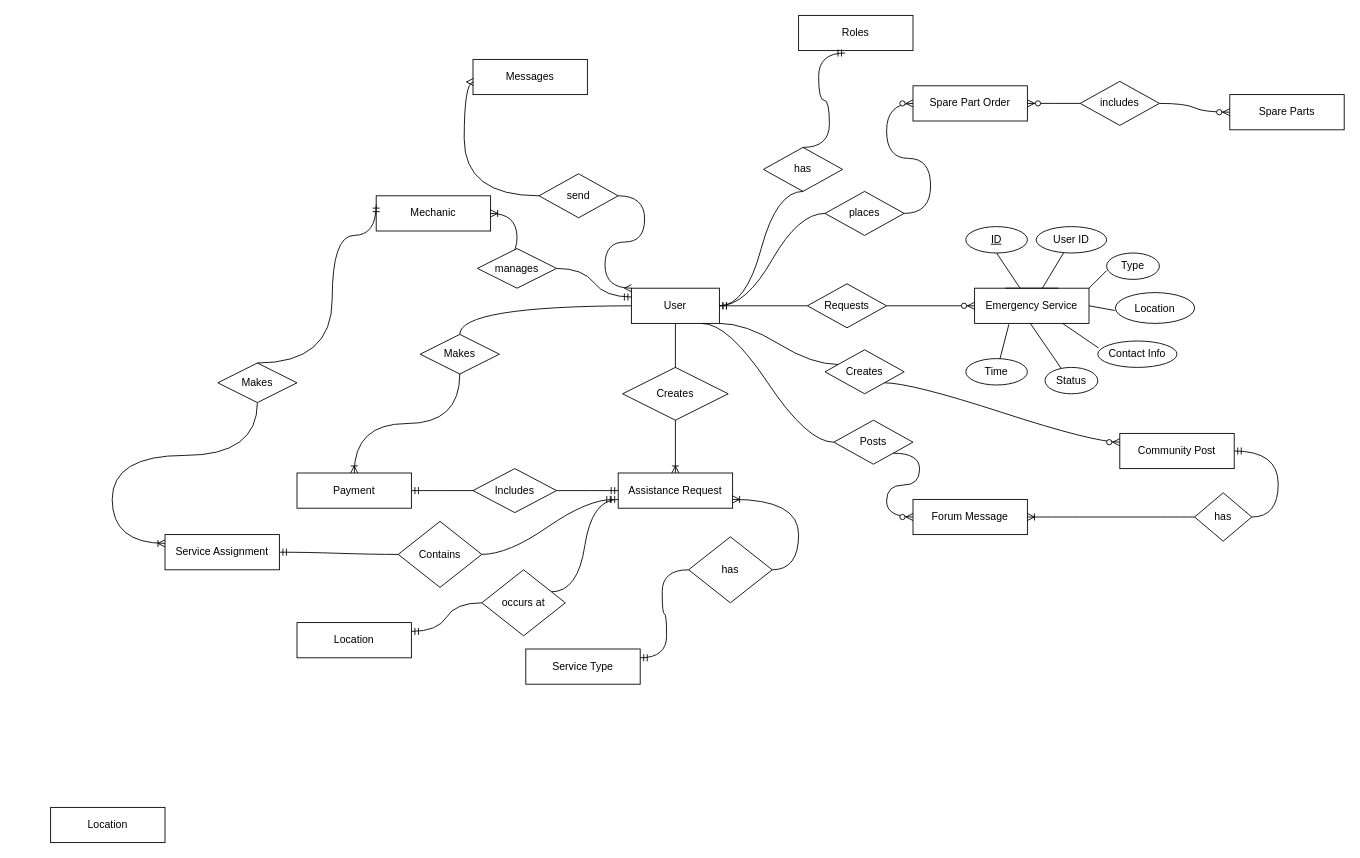
Earlier version of the draw.io diagram Untitled Diagram.drawio (tsandun/ReceiptView). Source tidied: cells renumbered, new cells numbered last; positions are measured from the earlier drawing's top-left corner, leaving out a move shared by most shapes. Both pictures are drawn from the tidied source at 88%, with x=0, y=0 at pixel (50, 15).
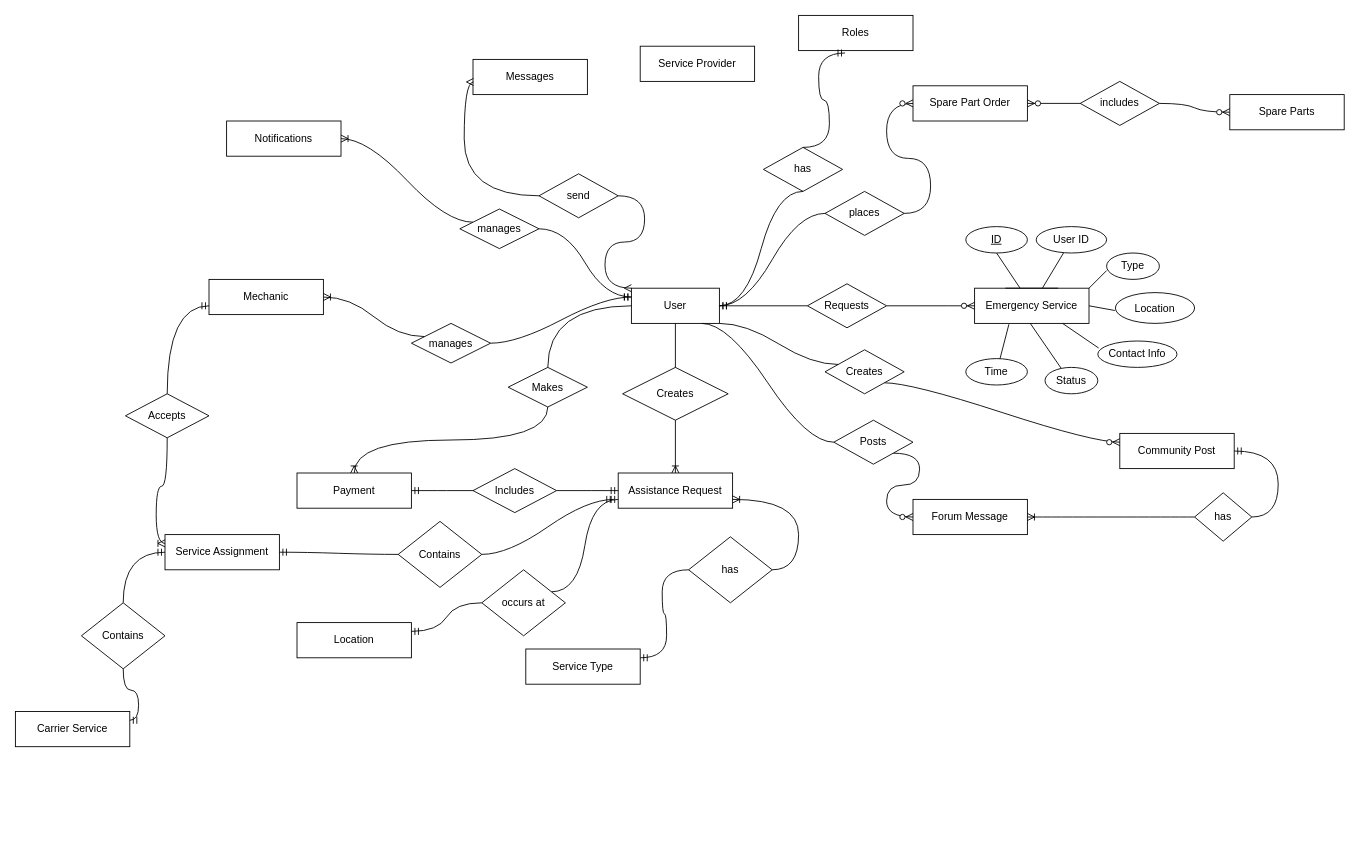
After the change.

The change refers to these unchanged cells:
```xml
<mxCell id="2" value="User" style="whiteSpace=wrap;html=1;align=center;shadow=0;labelBackgroundColor=none;labelBorderColor=none;" parent="1" vertex="1">
  <mxGeometry x="660" y="310" width="100" height="40" as="geometry" />
</mxCell>
<mxCell id="47" value="Service Assignment" style="whiteSpace=wrap;html=1;align=center;shadow=0;labelBackgroundColor=none;labelBorderColor=none;" parent="1" vertex="1">
  <mxGeometry x="130" y="590" width="130" height="40" as="geometry" />
</mxCell>
```

What changed in the source:
```diff
@@
     <mxCell id="34" value="Makes" style="shape=rhombus;perimeter=rhombusPerimeter;whiteSpace=wrap;html=1;align=center;shadow=0;labelBackgroundColor=none;labelBorderColor=none;" parent="1" vertex="1">
-      <mxGeometry x="420" y="362.5" width="90" height="45" as="geometry" />
+      <mxGeometry x="520" y="400" width="90" height="45" as="geometry" />
     </mxCell>
@@
     <mxCell id="65" value="Mechanic" style="whiteSpace=wrap;html=1;align=center;shadow=0;labelBackgroundColor=none;labelBorderColor=none;" parent="1" vertex="1">
-      <mxGeometry x="370" y="205" width="130" height="40" as="geometry" />
+      <mxGeometry x="180" y="300" width="130" height="40" as="geometry" />
     </mxCell>
-    <mxCell id="66" style="edgeStyle=orthogonalEdgeStyle;fontSize=12;html=1;endArrow=ERoneToMany;startArrow=none;rounded=0;entryX=0;entryY=0.25;entryDx=0;entryDy=0;exitX=0.5;exitY=1;exitDx=0;exitDy=0;curved=1;" parent="1" edge="1" source="67" target="47">
-      <mxGeometry relative="1" as="geometry">
-        <Array as="points">
-          <mxPoint x="235" y="500" />
-          <mxPoint x="70" y="500" />
-          <mxPoint x="70" y="600" />
-        </Array>
-      </mxGeometry>
-    </mxCell>
-    <mxCell id="67" value="Makes" style="shape=rhombus;perimeter=rhombusPerimeter;whiteSpace=wrap;html=1;align=center;shadow=0;labelBackgroundColor=none;labelBorderColor=none;" parent="1" vertex="1">
-      <mxGeometry x="190" y="395" width="90" height="45" as="geometry" />
-    </mxCell>
-    <mxCell id="68" style="edgeStyle=orthogonalEdgeStyle;fontSize=12;html=1;endArrow=none;startArrow=ERmandOne;rounded=0;entryX=0.5;entryY=0;entryDx=0;entryDy=0;exitX=0;exitY=0.25;exitDx=0;exitDy=0;curved=1;" parent="1" edge="1" source="65" target="67">
-      <mxGeometry relative="1" as="geometry">
-        <Array as="points">
-          <mxPoint x="320" y="250" />
-          <mxPoint x="320" y="395" />
-        </Array>
-      </mxGeometry>
-    </mxCell>
@@
     <mxCell id="70" value="manages" style="shape=rhombus;perimeter=rhombusPerimeter;whiteSpace=wrap;html=1;align=center;shadow=0;labelBackgroundColor=none;labelBorderColor=none;" parent="1" vertex="1">
-      <mxGeometry x="485" y="265" width="90" height="45" as="geometry" />
+      <mxGeometry x="410" y="350" width="90" height="45" as="geometry" />
     </mxCell>
@@
-    <mxCell id="78" value="Location" style="whiteSpace=wrap;html=1;align=center;shadow=0;labelBackgroundColor=none;labelBorderColor=none;" parent="1" vertex="1">
-      <mxGeometry y="900" width="130" height="40" as="geometry" />
+    <mxCell id="78" value="Carrier Service" style="whiteSpace=wrap;html=1;align=center;shadow=0;labelBackgroundColor=none;labelBorderColor=none;" parent="1" vertex="1">
+      <mxGeometry x="-40" y="791" width="130" height="40" as="geometry" />
     </mxCell>
+    <mxCell id="79" value="Notifications" style="whiteSpace=wrap;html=1;align=center;shadow=0;labelBackgroundColor=none;labelBorderColor=none;" parent="1" vertex="1">
+      <mxGeometry x="200" y="120" width="130" height="40" as="geometry" />
+    </mxCell>
+    <mxCell id="80" style="edgeStyle=entityRelationEdgeStyle;fontSize=12;html=1;endArrow=ERoneToMany;startArrow=none;rounded=0;curved=1;elbow=vertical;exitX=0;exitY=0.25;exitDx=0;exitDy=0;" parent="1" edge="1" source="81" target="79">
+      <mxGeometry relative="1" as="geometry" />
+    </mxCell>
+    <mxCell id="81" value="manages" style="shape=rhombus;perimeter=rhombusPerimeter;whiteSpace=wrap;html=1;align=center;shadow=0;labelBackgroundColor=none;labelBorderColor=none;" parent="1" vertex="1">
+      <mxGeometry x="465" y="220" width="90" height="45" as="geometry" />
+    </mxCell>
+    <mxCell id="82" style="edgeStyle=entityRelationEdgeStyle;fontSize=12;html=1;endArrow=none;startArrow=ERmandOne;rounded=0;curved=1;elbow=vertical;exitX=0;exitY=0.25;exitDx=0;exitDy=0;" parent="1" edge="1" source="2" target="81">
+      <mxGeometry relative="1" as="geometry" />
+    </mxCell>
+    <mxCell id="83" value="Service Provider" style="whiteSpace=wrap;html=1;align=center;shadow=0;labelBackgroundColor=none;labelBorderColor=none;" parent="1" vertex="1">
+      <mxGeometry x="670" y="35" width="130" height="40" as="geometry" />
+    </mxCell>
+    <mxCell id="84" style="edgeStyle=orthogonalEdgeStyle;fontSize=12;html=1;endArrow=ERmandOne;startArrow=none;rounded=0;curved=1;elbow=vertical;exitX=0.5;exitY=0;exitDx=0;exitDy=0;entryX=0;entryY=0.5;entryDx=0;entryDy=0;" parent="1" edge="1" source="85" target="47">
+      <mxGeometry relative="1" as="geometry" />
+    </mxCell>
+    <mxCell id="85" value="Contains" style="shape=rhombus;perimeter=rhombusPerimeter;whiteSpace=wrap;html=1;align=center;shadow=0;labelBackgroundColor=none;labelBorderColor=none;" parent="1" vertex="1">
+      <mxGeometry x="35" y="667.5" width="95" height="75" as="geometry" />
+    </mxCell>
+    <mxCell id="86" style="edgeStyle=orthogonalEdgeStyle;fontSize=12;html=1;endArrow=none;startArrow=ERmandOne;rounded=0;curved=1;elbow=vertical;exitX=1;exitY=0.25;exitDx=0;exitDy=0;entryX=0.5;entryY=1;entryDx=0;entryDy=0;" parent="1" edge="1" source="78" target="85">
+      <mxGeometry relative="1" as="geometry" />
+    </mxCell>
+    <mxCell id="87" style="edgeStyle=orthogonalEdgeStyle;fontSize=12;html=1;endArrow=ERoneToMany;startArrow=none;rounded=0;curved=1;elbow=vertical;entryX=0;entryY=0.25;entryDx=0;entryDy=0;exitX=0.5;exitY=1;exitDx=0;exitDy=0;" parent="1" edge="1" source="88" target="47">
+      <mxGeometry relative="1" as="geometry" />
+    </mxCell>
+    <mxCell id="88" value="Accepts" style="shape=rhombus;perimeter=rhombusPerimeter;whiteSpace=wrap;html=1;align=center;shadow=0;labelBackgroundColor=none;labelBorderColor=none;" parent="1" vertex="1">
+      <mxGeometry x="85" y="430" width="95" height="50" as="geometry" />
+    </mxCell>
+    <mxCell id="89" style="edgeStyle=orthogonalEdgeStyle;fontSize=12;html=1;endArrow=none;startArrow=ERmandOne;rounded=0;curved=1;elbow=vertical;entryX=0.5;entryY=0;entryDx=0;entryDy=0;exitX=0;exitY=0.75;exitDx=0;exitDy=0;" parent="1" edge="1" source="65" target="88">
+      <mxGeometry relative="1" as="geometry" />
+    </mxCell>
```
